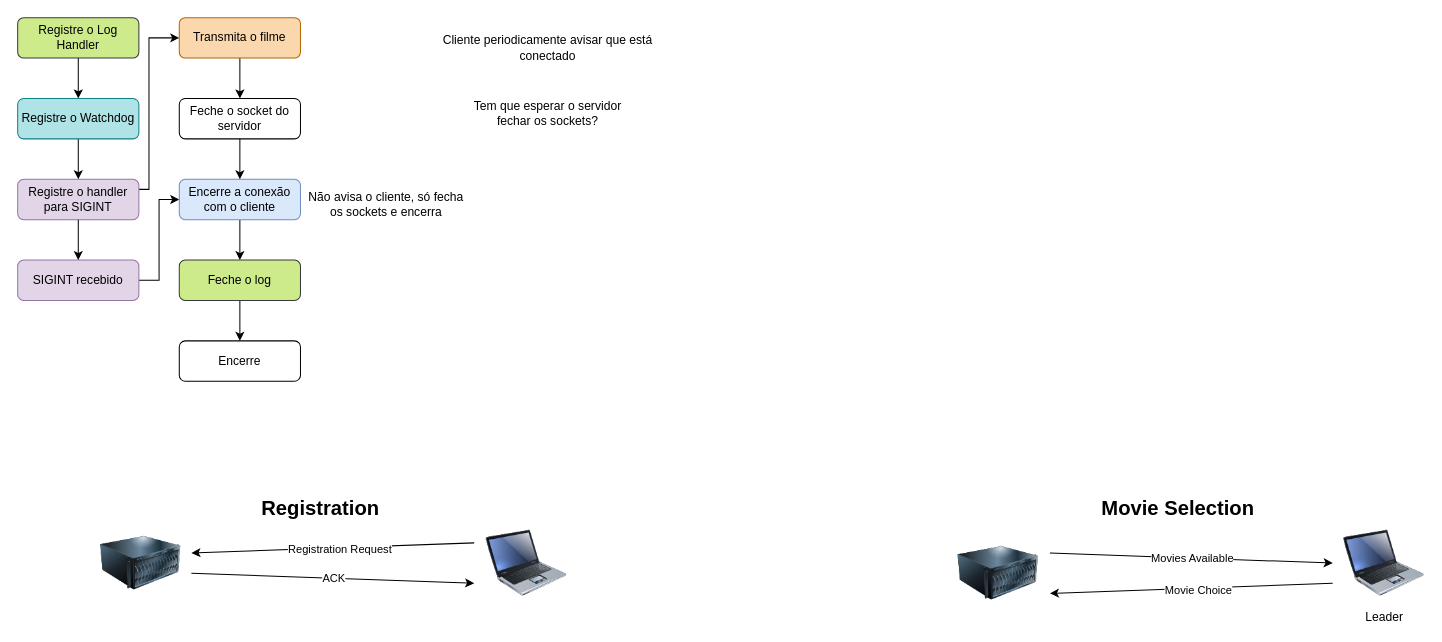
nico-ig/UDP-Video-Streaming keeps this draw.io diagram as page "Registration" (6 of 11) of client-server.drawio. Above is the earlier version. Source tidied: cells renumbered, new cells numbered last; positions are measured from the earlier drawing's top-left corner, leaving out a move shared by most shapes. Both pictures are drawn from the tidied source at 101%, with x=0, y=0 at pixel (17, 17).
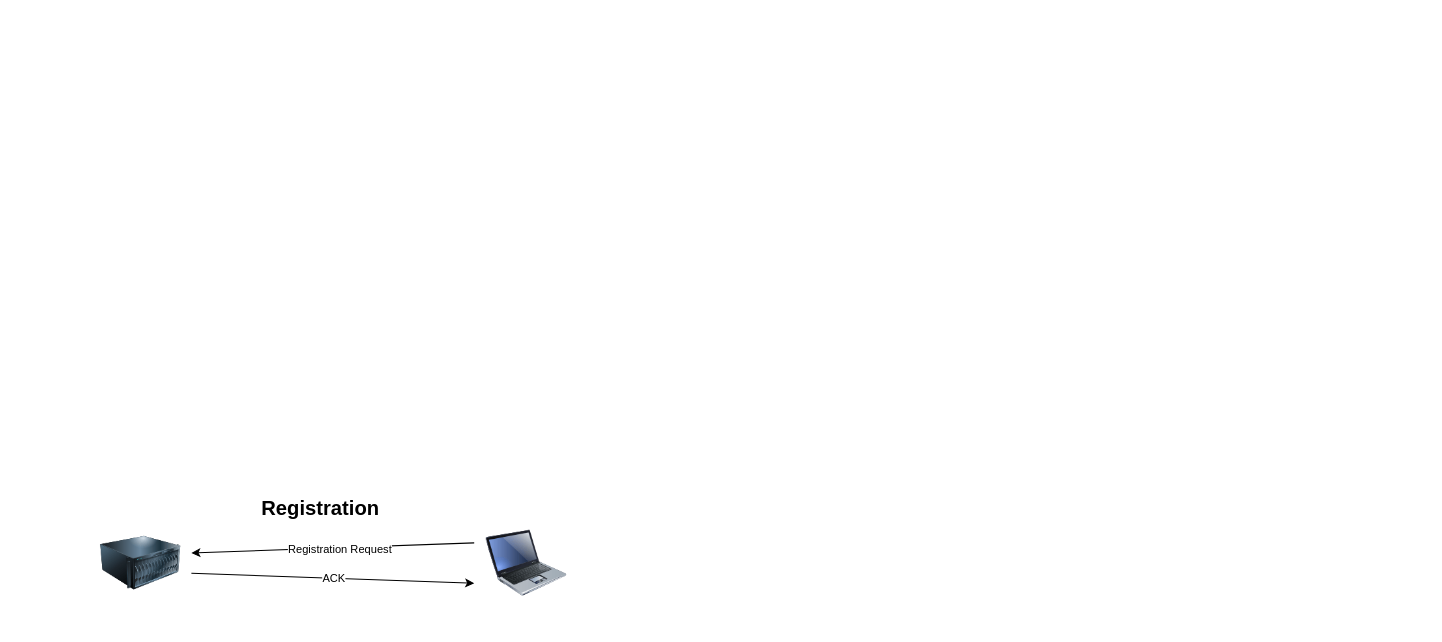
Above is the later version.

The edit, as a diff of the source:
```diff
@@
-    <mxCell id="2" style="edgeStyle=orthogonalEdgeStyle;rounded=0;jettySize=auto;html=1;exitX=0.5;exitY=1;exitDx=0;exitDy=0;entryX=0.5;entryY=0;entryDx=0;entryDy=0;" parent="1" edge="1" source="3" target="17">
-      <mxGeometry relative="1" as="geometry" />
-    </mxCell>
-    <mxCell id="3" value="Transmita o filme" style="rounded=1;whiteSpace=wrap;html=1;fillColor=#fad7ac;strokeColor=#b46504;" parent="1" vertex="1">
-      <mxGeometry x="160" width="120" height="40" as="geometry" />
-    </mxCell>
-    <mxCell id="4" style="edgeStyle=orthogonalEdgeStyle;rounded=0;jettySize=auto;html=1;exitX=1;exitY=0.25;exitDx=0;exitDy=0;entryX=0;entryY=0.5;entryDx=0;entryDy=0;" parent="1" edge="1" source="5" target="3">
-      <mxGeometry relative="1" as="geometry">
-        <Array as="points">
-          <mxPoint x="130" y="170" />
-          <mxPoint x="130" y="20" />
-        </Array>
-      </mxGeometry>
-    </mxCell>
-    <mxCell id="5" value="Registre o handler para SIGINT" style="rounded=1;whiteSpace=wrap;html=1;fillColor=#e1d5e7;strokeColor=#9673a6;" parent="1" vertex="1">
-      <mxGeometry y="160" width="120" height="40" as="geometry" />
-    </mxCell>
-    <mxCell id="6" style="edgeStyle=orthogonalEdgeStyle;rounded=0;jettySize=auto;html=1;exitX=1;exitY=0.5;exitDx=0;exitDy=0;entryX=0;entryY=0.5;entryDx=0;entryDy=0;" parent="1" edge="1" source="7" target="12">
-      <mxGeometry relative="1" as="geometry" />
-    </mxCell>
-    <mxCell id="7" value="SIGINT recebido" style="rounded=1;whiteSpace=wrap;html=1;fillColor=#e1d5e7;strokeColor=#9673a6;" parent="1" vertex="1">
-      <mxGeometry y="240" width="120" height="40" as="geometry" />
-    </mxCell>
-    <mxCell id="8" style="edgeStyle=orthogonalEdgeStyle;rounded=0;jettySize=auto;html=1;exitX=0.5;exitY=1;exitDx=0;exitDy=0;entryX=0.5;entryY=0;entryDx=0;entryDy=0;" parent="1" edge="1" source="5" target="7">
-      <mxGeometry relative="1" as="geometry" />
-    </mxCell>
-    <mxCell id="9" style="edgeStyle=orthogonalEdgeStyle;rounded=0;jettySize=auto;html=1;" parent="1" edge="1" source="10" target="15">
-      <mxGeometry relative="1" as="geometry" />
-    </mxCell>
-    <mxCell id="10" value="Registre o Log Handler" style="rounded=1;whiteSpace=wrap;html=1;fillColor=#cdeb8b;strokeColor=#36393d;" parent="1" vertex="1">
-      <mxGeometry width="120" height="40" as="geometry" />
-    </mxCell>
-    <mxCell id="11" style="edgeStyle=orthogonalEdgeStyle;rounded=0;jettySize=auto;html=1;" parent="1" edge="1" source="12" target="19">
-      <mxGeometry relative="1" as="geometry" />
-    </mxCell>
-    <mxCell id="12" value="Encerre a conexão com o cliente" style="rounded=1;whiteSpace=wrap;html=1;fillColor=#dae8fc;strokeColor=#6c8ebf;" parent="1" vertex="1">
-      <mxGeometry x="160" y="160" width="120" height="40" as="geometry" />
-    </mxCell>
-    <mxCell id="13" value="Encerre" style="rounded=1;whiteSpace=wrap;html=1;" parent="1" vertex="1">
-      <mxGeometry x="160" y="320" width="120" height="40" as="geometry" />
-    </mxCell>
-    <mxCell id="14" style="edgeStyle=orthogonalEdgeStyle;rounded=0;jettySize=auto;html=1;exitX=0.5;exitY=1;exitDx=0;exitDy=0;entryX=0.5;entryY=0;entryDx=0;entryDy=0;" parent="1" edge="1" source="15" target="5">
-      <mxGeometry relative="1" as="geometry" />
-    </mxCell>
-    <mxCell id="15" value="Registre o Watchdog" style="rounded=1;whiteSpace=wrap;html=1;fillColor=#b0e3e6;strokeColor=#0e8088;" parent="1" vertex="1">
-      <mxGeometry y="80" width="120" height="40" as="geometry" />
-    </mxCell>
-    <mxCell id="16" style="edgeStyle=orthogonalEdgeStyle;rounded=0;jettySize=auto;html=1;exitX=0.5;exitY=1;exitDx=0;exitDy=0;entryX=0.5;entryY=0;entryDx=0;entryDy=0;" parent="1" edge="1" source="17" target="12">
-      <mxGeometry relative="1" as="geometry" />
-    </mxCell>
-    <mxCell id="17" value="Feche o socket do servidor" style="rounded=1;whiteSpace=wrap;html=1;" parent="1" vertex="1">
-      <mxGeometry x="160" y="80" width="120" height="40" as="geometry" />
-    </mxCell>
-    <mxCell id="18" style="edgeStyle=orthogonalEdgeStyle;rounded=0;jettySize=auto;html=1;" parent="1" edge="1" source="19" target="13">
-      <mxGeometry relative="1" as="geometry" />
-    </mxCell>
-    <mxCell id="19" value="Feche o log" style="rounded=1;whiteSpace=wrap;html=1;fillColor=#cdeb8b;strokeColor=#36393d;" parent="1" vertex="1">
-      <mxGeometry x="160" y="240" width="120" height="40" as="geometry" />
-    </mxCell>
-    <mxCell id="20" value="Cliente periodicamente avisar que está conectado" style="text;html=1;strokeColor=none;fillColor=none;align=center;verticalAlign=middle;whiteSpace=wrap;rounded=0;" parent="1" vertex="1">
-      <mxGeometry x="400" y="20" width="250" height="20" as="geometry" />
-    </mxCell>
-    <mxCell id="21" value="Não avisa o cliente, só fecha os sockets e encerra" style="text;html=1;strokeColor=none;fillColor=none;align=center;verticalAlign=middle;whiteSpace=wrap;rounded=0;" parent="1" vertex="1">
-      <mxGeometry x="280" y="170" width="170" height="30" as="geometry" />
-    </mxCell>
-    <mxCell id="22" value="Tem que esperar o servidor fechar os sockets?" style="text;html=1;strokeColor=none;fillColor=none;align=center;verticalAlign=middle;whiteSpace=wrap;rounded=0;" parent="1" vertex="1">
-      <mxGeometry x="445" y="70" width="160" height="50" as="geometry" />
-    </mxCell>
@@
-    <mxCell id="30" value="&lt;font style=&quot;font-size: 20px;&quot;&gt;&lt;b&gt;Movie Selection&lt;br&gt;&lt;/b&gt;&lt;/font&gt;" style="text;html=1;strokeColor=none;fillColor=none;align=center;verticalAlign=middle;whiteSpace=wrap;rounded=0;" parent="1" vertex="1">
-      <mxGeometry x="1009" y="470" width="280" height="30" as="geometry" />
-    </mxCell>
-    <mxCell id="31" style="image;html=1;image=img/lib/clip_art/computers/Server_128x128.png;" parent="1" vertex="1">
-      <mxGeometry x="931" y="510" width="80" height="80" as="geometry" />
-    </mxCell>
-    <mxCell id="32" value="Leader" style="image;html=1;image=img/lib/clip_art/computers/Laptop_128x128.png;" parent="1" vertex="1">
-      <mxGeometry x="1313" y="500" width="80" height="80" as="geometry" />
-    </mxCell>
-    <mxCell id="33" style="endArrow=classic;html=1;rounded=0;" parent="1" edge="1">
-      <mxGeometry relative="1" as="geometry">
-        <mxPoint x="1302" y="560" as="sourcePoint" />
-        <mxPoint x="1022" y="570" as="targetPoint" />
-      </mxGeometry>
-    </mxCell>
-    <mxCell id="34" value="Movie Choice" style="edgeLabel;html=1;align=center;verticalAlign=middle;" parent="33" vertex="1">
-      <mxGeometry x="-0.04" y="2" relative="1" as="geometry" />
-    </mxCell>
-    <mxCell id="35" style="endArrow=classic;html=1;rounded=0;exitX=1.025;exitY=0.913;exitDx=0;exitDy=0;exitPerimeter=0;" parent="1" edge="1">
-      <mxGeometry relative="1" as="geometry">
-        <mxPoint x="1022" y="530" as="sourcePoint" />
-        <mxPoint x="1302" y="540" as="targetPoint" />
-      </mxGeometry>
-    </mxCell>
-    <mxCell id="36" value="Movies Available" style="edgeLabel;html=1;align=center;verticalAlign=middle;" parent="35" vertex="1">
-      <mxGeometry x="0.01" y="1" relative="1" as="geometry" />
-    </mxCell>
```
